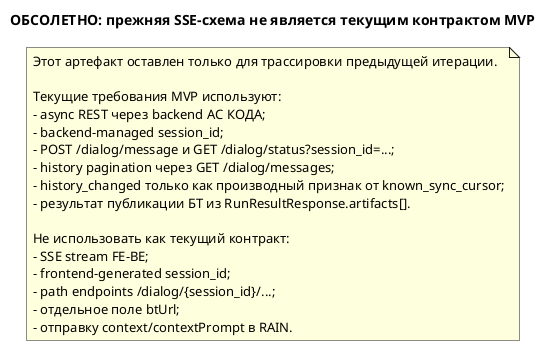
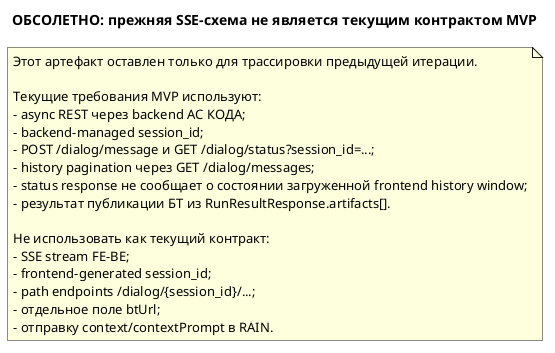
@startuml
title ОБСОЛЕТНО: прежняя SSE-схема не является текущим контрактом MVP

note as N
Этот артефакт оставлен только для трассировки предыдущей итерации.

Текущие требования MVP используют:
- async REST через backend АС КОДА;
- backend-managed session_id;
- POST /dialog/message и GET /dialog/status?session_id=...;
- history pagination через GET /dialog/messages;
- - history_changed только как производный признак от known_sync_cursor;
+ - status response не сообщает о состоянии загруженной frontend history window;
- результат публикации БТ из RunResultResponse.artifacts[].

Не использовать как текущий контракт:
- SSE stream FE-BE;
- frontend-generated session_id;
- path endpoints /dialog/{session_id}/...;
- отдельное поле btUrl;
- отправку context/contextPrompt в RAIN.
end note

@enduml
